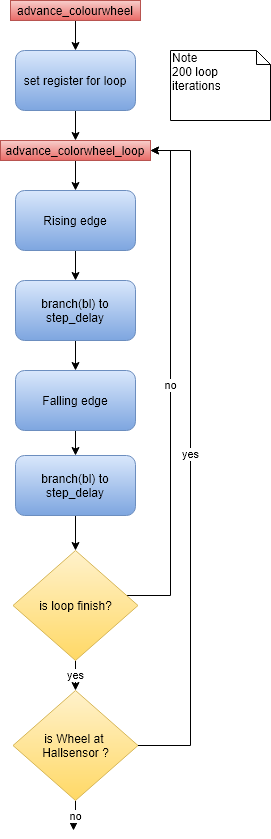
This is diagrams/export/Programmablauf_advance_colorwheel.png from DerToaster98/SysProgTIT18, a draw.io export, as it was before one commit. Source tidied: cells renumbered, new cells last; positions are measured from the earlier drawing's top-left corner, leaving out a move shared by most shapes.
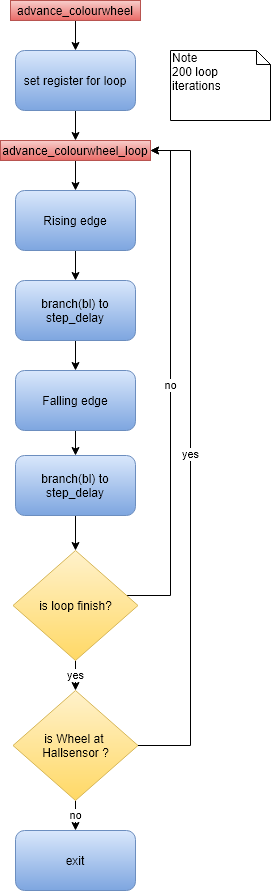
Later version of the same file.

Diff of the diagram source:
```diff
@@ -17,7 +17,7 @@
     <mxCell id="6" style="edgeStyle=orthogonalEdgeStyle;rounded=0;jettySize=auto;html=1;" parent="1" edge="1" source="7" target="9">
       <mxGeometry relative="1" as="geometry" />
     </mxCell>
-    <mxCell id="7" value="advance_colorwheel_loop" style="text;html=1;strokeColor=#b85450;fillColor=#f8cecc;align=center;verticalAlign=middle;whiteSpace=wrap;rounded=0;gradientColor=#ea6b66;" parent="1" vertex="1">
+    <mxCell id="7" value="advance_colourwheel_loop" style="text;html=1;strokeColor=#b85450;fillColor=#f8cecc;align=center;verticalAlign=middle;whiteSpace=wrap;rounded=0;gradientColor=#ea6b66;" parent="1" vertex="1">
       <mxGeometry y="140" width="150" height="20" as="geometry" />
     </mxCell>
     <mxCell id="8" style="edgeStyle=orthogonalEdgeStyle;rounded=0;jettySize=auto;html=1;" parent="1" edge="1" source="9" target="11">
@@ -66,10 +66,8 @@
         </Array>
       </mxGeometry>
     </mxCell>
-    <mxCell id="20" value="no" style="edgeStyle=orthogonalEdgeStyle;rounded=0;jettySize=auto;html=1;" parent="1" edge="1" source="21">
-      <mxGeometry relative="1" as="geometry">
-        <mxPoint x="73" y="830" as="targetPoint" />
-      </mxGeometry>
+    <mxCell id="20" value="no" style="edgeStyle=orthogonalEdgeStyle;rounded=0;jettySize=auto;html=1;entryX=0.5;entryY=0;entryDx=0;entryDy=0;" parent="1" edge="1" source="21" target="23">
+      <mxGeometry relative="1" as="geometry" />
     </mxCell>
     <mxCell id="21" value="is Wheel at &lt;br&gt;Hallsensor ?" style="rhombus;whiteSpace=wrap;html=1;gradientColor=#ffd966;fillColor=#fff2cc;strokeColor=#d6b656;" parent="1" vertex="1">
       <mxGeometry x="12.5" y="690" width="125" height="110" as="geometry" />
@@ -77,5 +75,8 @@
     <mxCell id="22" value="Note&lt;br&gt;200 loop iterations" style="shape=note;whiteSpace=wrap;html=1;size=14;verticalAlign=top;align=left;spacingTop=-6;" parent="1" vertex="1">
       <mxGeometry x="170" y="50" width="100" height="70" as="geometry" />
     </mxCell>
+    <mxCell id="23" value="exit" style="rounded=1;whiteSpace=wrap;html=1;gradientColor=#7ea6e0;fillColor=#dae8fc;strokeColor=#6c8ebf;" parent="1" vertex="1">
+      <mxGeometry x="15" y="830" width="120" height="60" as="geometry" />
+    </mxCell>
   </root>
 </mxGraphModel>
```
